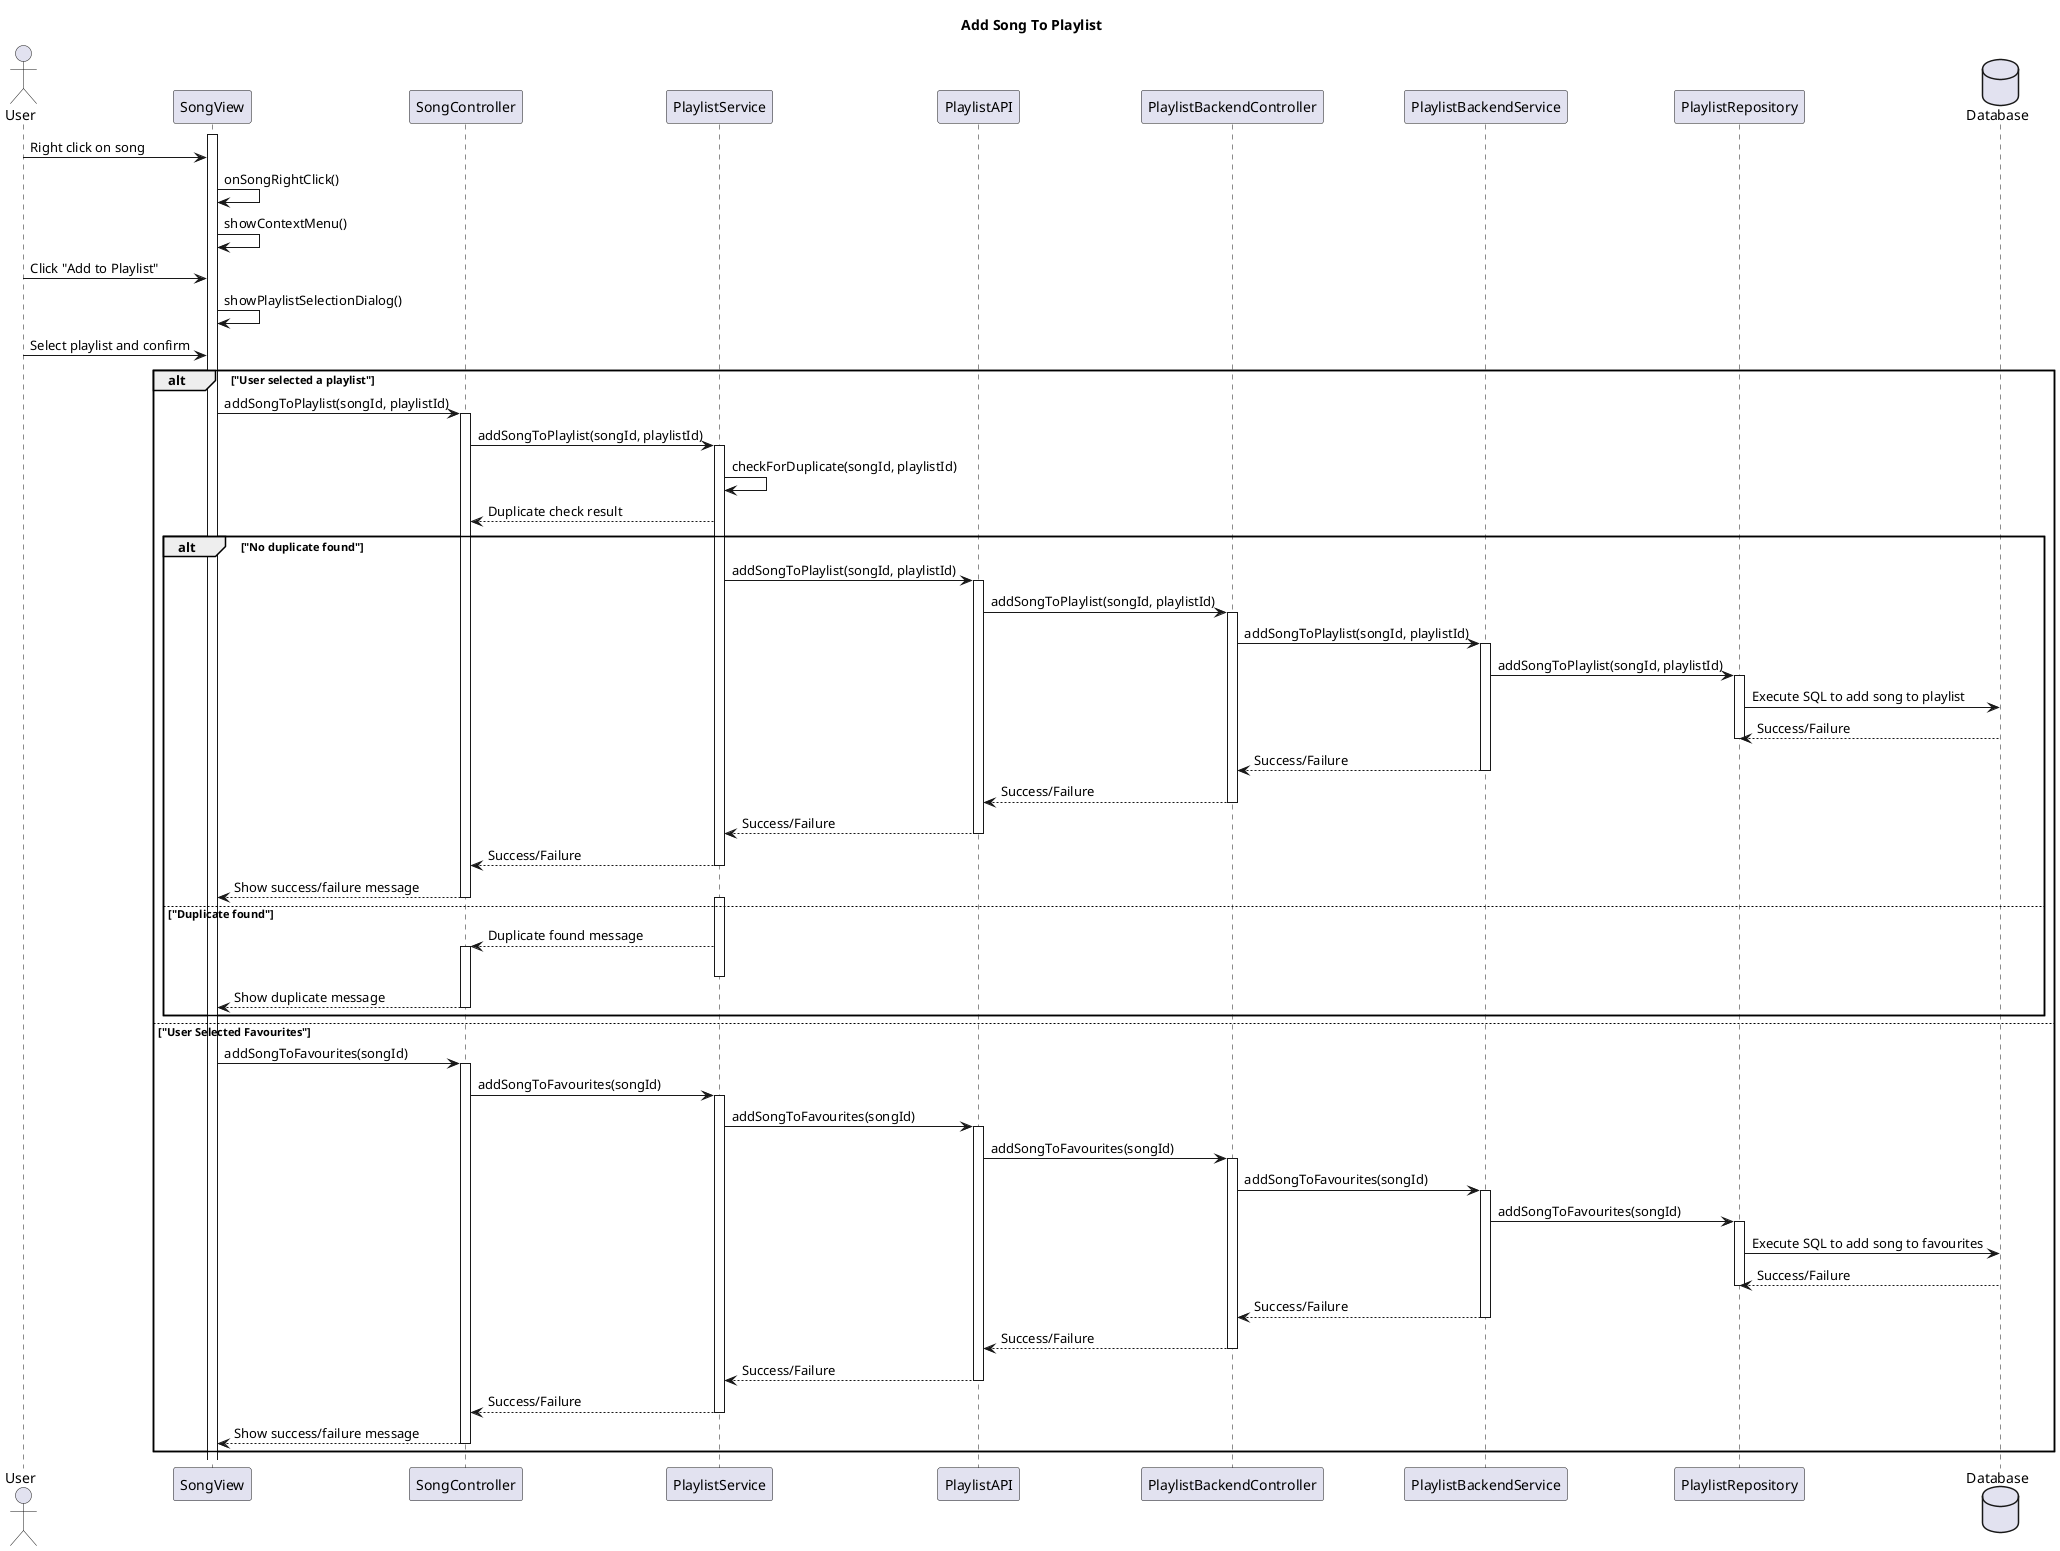
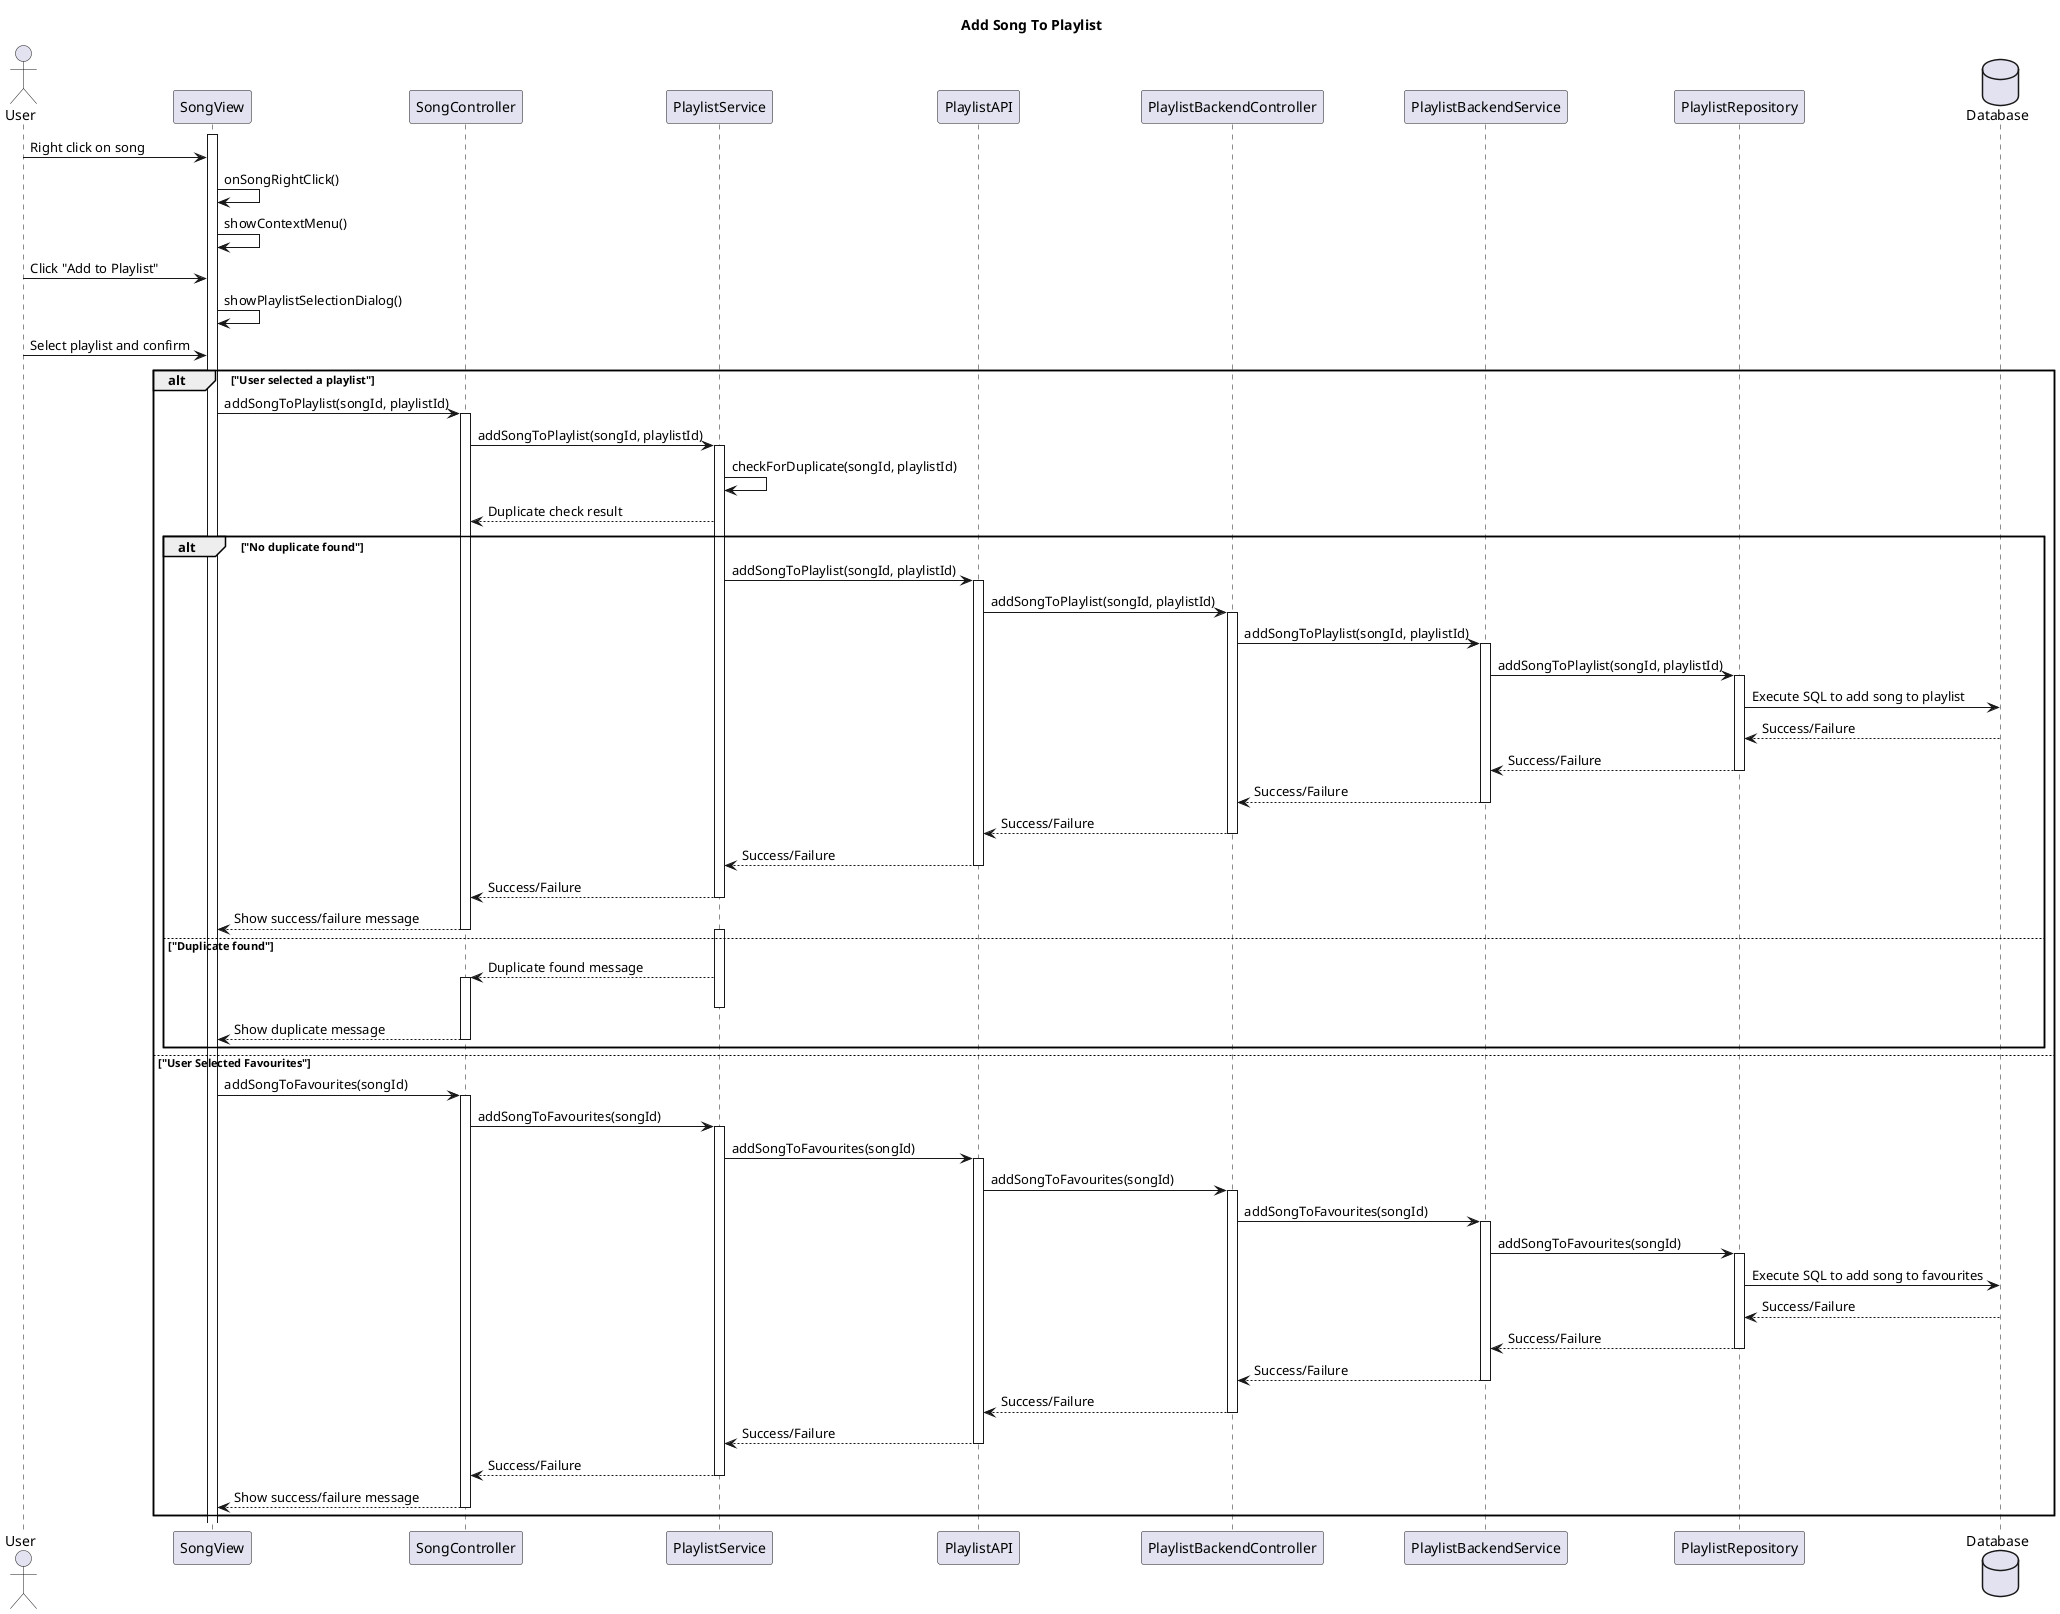
@startuml name

title Add Song To Playlist

actor User
participant SongView
participant SongController
participant PlaylistService
participant PlaylistAPI
participant PlaylistBackendController
participant PlaylistBackendService
participant PlaylistRepository
database Database

activate SongView
User -> SongView : Right click on song
SongView -> SongView : onSongRightClick()
SongView -> SongView : showContextMenu()
User -> SongView : Click "Add to Playlist"
SongView -> SongView : showPlaylistSelectionDialog()
User -> SongView : Select playlist and confirm
alt "User selected a playlist"
    SongView -> SongController : addSongToPlaylist(songId, playlistId)
    activate SongController
    SongController -> PlaylistService : addSongToPlaylist(songId, playlistId)
    activate PlaylistService
    PlaylistService -> PlaylistService : checkForDuplicate(songId, playlistId)
    PlaylistService --> SongController : Duplicate check result
    alt "No duplicate found"
        PlaylistService -> PlaylistAPI : addSongToPlaylist(songId, playlistId)
        activate PlaylistAPI
        PlaylistAPI -> PlaylistBackendController : addSongToPlaylist(songId, playlistId)
        activate PlaylistBackendController
        PlaylistBackendController -> PlaylistBackendService : addSongToPlaylist(songId, playlistId)
        activate PlaylistBackendService
        PlaylistBackendService -> PlaylistRepository : addSongToPlaylist(songId, playlistId)
        activate PlaylistRepository
        PlaylistRepository -> Database : Execute SQL to add song to playlist
        Database --> PlaylistRepository : Success/Failure
+         PlaylistRepository --> PlaylistBackendService : Success/Failure
        deactivate PlaylistRepository
        PlaylistBackendService --> PlaylistBackendController : Success/Failure
        deactivate PlaylistBackendService
        PlaylistBackendController --> PlaylistAPI : Success/Failure
        deactivate PlaylistBackendController
        PlaylistAPI --> PlaylistService : Success/Failure
        deactivate PlaylistAPI
        PlaylistService --> SongController : Success/Failure
        deactivate PlaylistService
        SongController --> SongView : Show success/failure message
        deactivate SongController
    else "Duplicate found"


        activate PlaylistService
        PlaylistService --> SongController : Duplicate found message
        activate SongController
        deactivate PlaylistService
        SongController --> SongView : Show duplicate message
        deactivate SongController
    end
else "User Selected Favourites"
    SongView -> SongController : addSongToFavourites(songId)
    activate SongController
    SongController -> PlaylistService : addSongToFavourites(songId)
    activate PlaylistService
    PlaylistService -> PlaylistAPI : addSongToFavourites(songId)
    activate PlaylistAPI
    PlaylistAPI -> PlaylistBackendController : addSongToFavourites(songId)
    activate PlaylistBackendController
    PlaylistBackendController -> PlaylistBackendService : addSongToFavourites(songId)
    activate PlaylistBackendService
    PlaylistBackendService -> PlaylistRepository : addSongToFavourites(songId)
    activate PlaylistRepository
    PlaylistRepository -> Database : Execute SQL to add song to favourites
    Database --> PlaylistRepository : Success/Failure
+     PlaylistRepository --> PlaylistBackendService : Success/Failure
    deactivate PlaylistRepository
    PlaylistBackendService --> PlaylistBackendController : Success/Failure
    deactivate PlaylistBackendService
    PlaylistBackendController --> PlaylistAPI : Success/Failure
    deactivate PlaylistBackendController
    PlaylistAPI --> PlaylistService : Success/Failure
    deactivate PlaylistAPI
    PlaylistService --> SongController : Success/Failure
    deactivate PlaylistService
    SongController --> SongView : Show success/failure message
    deactivate SongController

end

@enduml